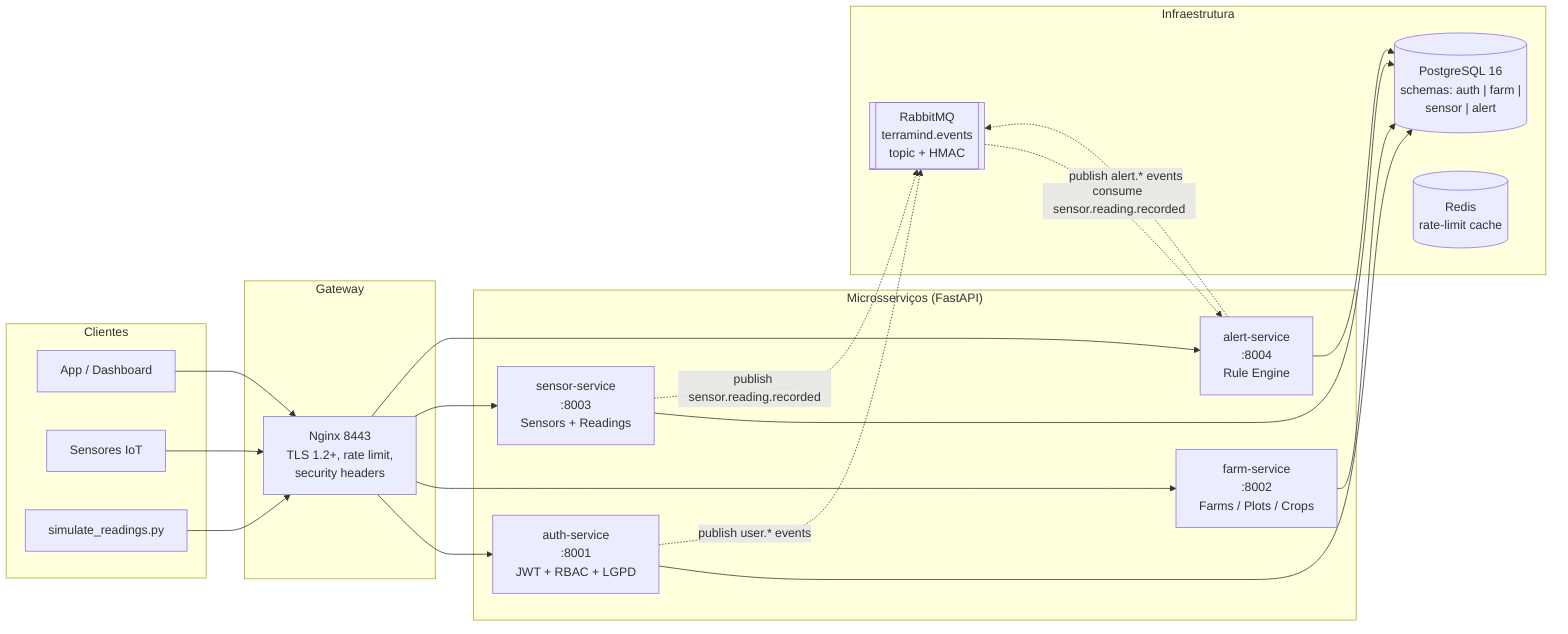
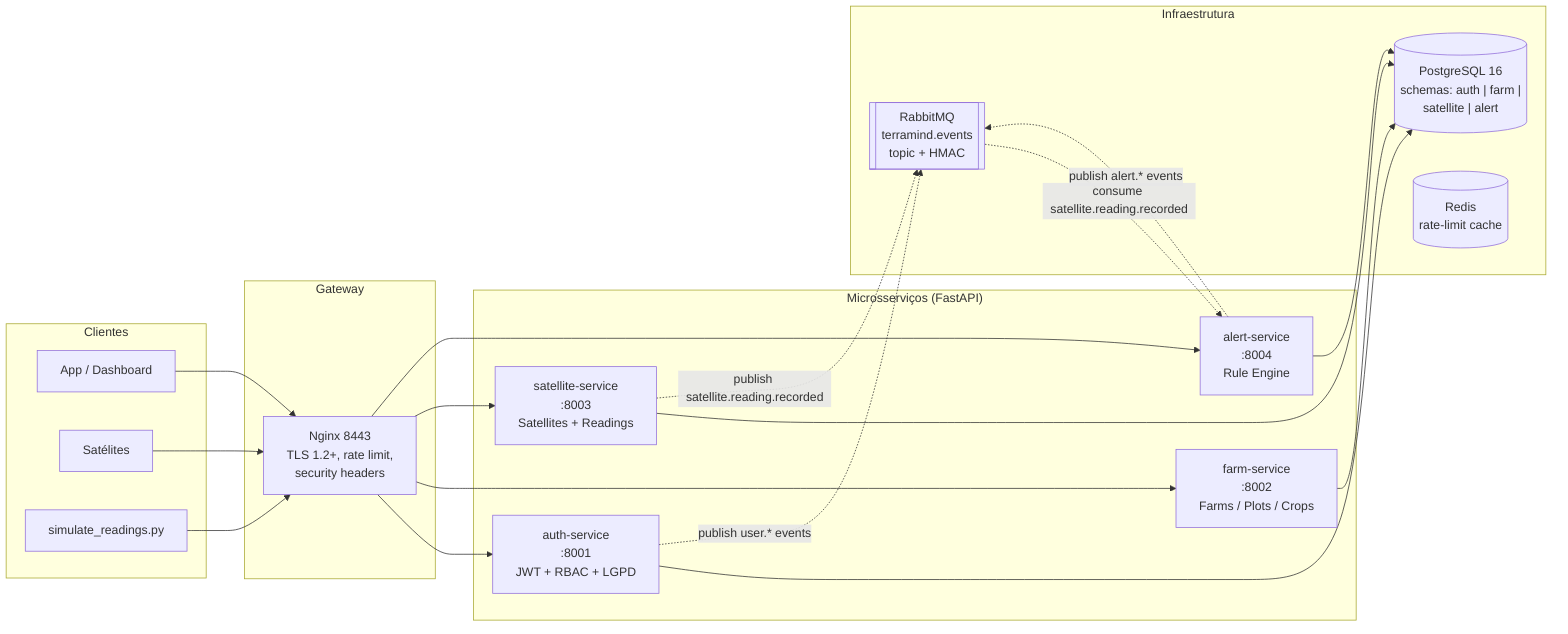
%% Terramind — diagrama de arquitetura (Mermaid)
%% Renderize em https://mermaid.live ou diretamente no GitHub.

flowchart LR
    subgraph clients["Clientes"]
        UI["App / Dashboard"]
-         IOT["Sensores IoT"]
+         IOT["Satélites"]
        SIM["simulate_readings.py"]
    end

    subgraph gateway["Gateway"]
        NGX["Nginx 8443<br/>TLS 1.2+, rate limit,<br/>security headers"]
    end

    subgraph services["Microsserviços (FastAPI)"]
        AUTH["auth-service<br/>:8001<br/>JWT + RBAC + LGPD"]
        FARM["farm-service<br/>:8002<br/>Farms / Plots / Crops"]
-         SENS["sensor-service<br/>:8003<br/>Sensors + Readings"]
+         SENS["satellite-service<br/>:8003<br/>Satellites + Readings"]
        ALRT["alert-service<br/>:8004<br/>Rule Engine"]
    end

    subgraph infra["Infraestrutura"]
-         PG[("PostgreSQL 16<br/>schemas: auth | farm |<br/>sensor | alert")]
+         PG[("PostgreSQL 16<br/>schemas: auth | farm |<br/>satellite | alert")]
        MQ[["RabbitMQ<br/>terramind.events<br/>topic + HMAC"]]
        RD[("Redis<br/>rate-limit cache")]
    end

    UI  --> NGX
    IOT --> NGX
    SIM --> NGX

    NGX --> AUTH
    NGX --> FARM
    NGX --> SENS
    NGX --> ALRT

    AUTH --> PG
    FARM --> PG
    SENS --> PG
    ALRT --> PG

    AUTH -. "publish user.* events" .-> MQ
-     SENS -. "publish sensor.reading.recorded" .-> MQ
+     SENS -. "publish satellite.reading.recorded" .-> MQ
    ALRT -. "publish alert.* events" .-> MQ
-     MQ   -. "consume sensor.reading.recorded" .-> ALRT
+     MQ   -. "consume satellite.reading.recorded" .-> ALRT
